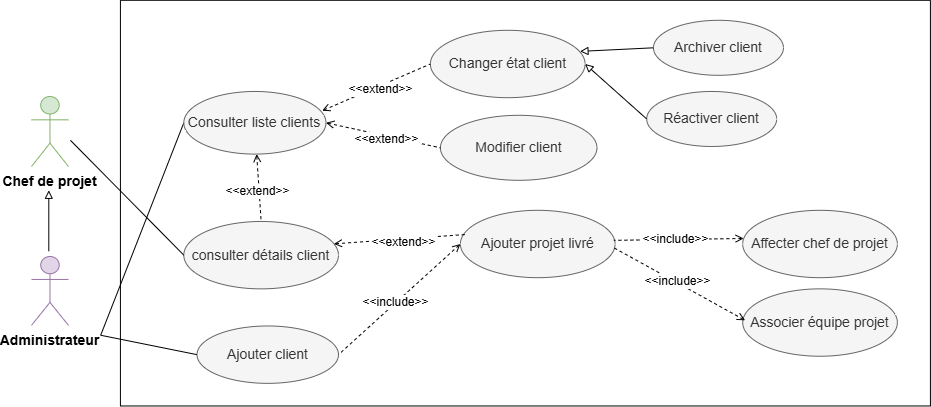
The draw.io diagram Images/gerer client.drawio.png in rihab-dev/Rapport-PFE, before a commit. Source tidied: cells renumbered, new cells last; positions are measured from the earlier drawing's top-left corner, leaving out a move shared by most shapes.
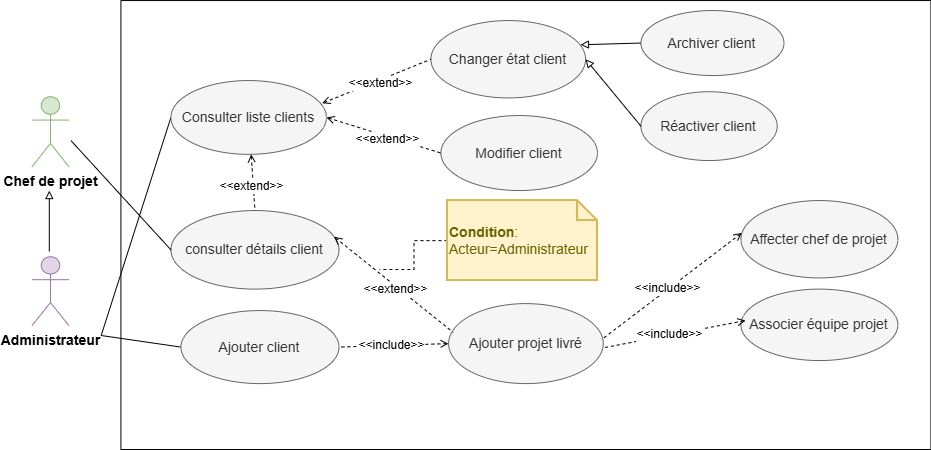
After the change.

What changed in the source:
```diff
@@ -2,129 +2,137 @@
   <root>
     <mxCell id="0" />
     <mxCell id="1" parent="0" />
-    <mxCell id="2" style="endArrow=none;html=1;rounded=0;entryX=0;entryY=0.5;entryDx=0;entryDy=0;endFill=0;" parent="1" edge="1" target="11">
-      <mxGeometry relative="1" as="geometry">
-        <mxPoint x="69.2" y="334.8" as="sourcePoint" />
-      </mxGeometry>
-    </mxCell>
-    <mxCell id="3" style="endArrow=none;html=1;rounded=0;entryX=0;entryY=0.5;entryDx=0;entryDy=0;endFill=0;" parent="1" edge="1" target="10">
-      <mxGeometry relative="1" as="geometry">
-        <mxPoint x="69.2" y="334.8" as="sourcePoint" />
-      </mxGeometry>
-    </mxCell>
+    <mxCell id="35" style="endArrow=none;html=1;rounded=0;entryX=0;entryY=0.5;entryDx=0;entryDy=0;endFill=0;" parent="1" edge="1" target="11">
+      <mxGeometry relative="1" as="geometry">
+        <mxPoint x="69.2" y="334.8" as="sourcePoint" />
+      </mxGeometry>
+    </mxCell>
+    <mxCell id="36" style="endArrow=none;html=1;rounded=0;entryX=0;entryY=0.5;entryDx=0;entryDy=0;endFill=0;" parent="1" edge="1" target="10">
+      <mxGeometry relative="1" as="geometry">
+        <mxPoint x="69.2" y="334.8" as="sourcePoint" />
+      </mxGeometry>
+    </mxCell>
     <mxCell id="4" value="&lt;b&gt;&lt;font style=&quot;font-size: 14px;&quot;&gt;Administrateur&lt;/font&gt;&lt;/b&gt;" style="shape=umlActor;verticalLabelPosition=bottom;verticalAlign=top;html=1;fillColor=#e1d5e7;strokeColor=#9673a6;" parent="1" vertex="1">
-      <mxGeometry y="256" width="36.9" height="68.8" as="geometry" />
+      <mxGeometry y="256.1" width="36.9" height="68.8" as="geometry" />
     </mxCell>
-    <mxCell id="5" style="swimlane;startSize=0;" parent="1" vertex="1">
-      <mxGeometry x="88.9" y="-0.2" width="810" height="405.7" as="geometry" />
-    </mxCell>
+    <mxCell id="37" style="swimlane;startSize=0;" parent="1" vertex="1">
+      <mxGeometry x="88.9" y="-0.1" width="810" height="448.9" as="geometry" />
+    </mxCell>
-    <mxCell id="6" value="&lt;span style=&quot;font-size: 14px;&quot;&gt;consulter détails client&lt;/span&gt;" style="ellipse;whiteSpace=wrap;html=1;fillColor=#f5f5f5;fontColor=#333333;strokeColor=#666666;" parent="5" vertex="1">
-      <mxGeometry x="63.4" y="221.2" width="154.7" height="67.4" as="geometry" />
+    <mxCell id="6" value="&lt;span style=&quot;font-size: 14px;&quot;&gt;consulter détails client&lt;/span&gt;" style="ellipse;whiteSpace=wrap;html=1;fillColor=#f5f5f5;fontColor=#333333;strokeColor=#666666;" parent="37" vertex="1">
+      <mxGeometry x="50" y="210" width="168.1" height="78.5" as="geometry" />
     </mxCell>
-    <mxCell id="7" value="&lt;span style=&quot;font-size: 14px;&quot;&gt;Changer état client&lt;/span&gt;" style="ellipse;whiteSpace=wrap;html=1;fillColor=#f5f5f5;fontColor=#333333;strokeColor=#666666;" parent="5" vertex="1">
-      <mxGeometry x="310" y="30" width="154.7" height="67.4" as="geometry" />
+    <mxCell id="7" value="&lt;span style=&quot;font-size: 14px;&quot;&gt;Changer état client&lt;/span&gt;" style="ellipse;whiteSpace=wrap;html=1;fillColor=#f5f5f5;fontColor=#333333;strokeColor=#666666;" parent="37" vertex="1">
+      <mxGeometry x="310" y="20" width="154.7" height="77.4" as="geometry" />
     </mxCell>
-    <mxCell id="8" value="&lt;span style=&quot;font-size: 14px;&quot;&gt;Archiver client&lt;/span&gt;" style="ellipse;whiteSpace=wrap;html=1;fillColor=#f5f5f5;fontColor=#333333;strokeColor=#666666;" parent="5" vertex="1">
-      <mxGeometry x="533" y="20" width="130" height="55" as="geometry" />
+    <mxCell id="8" value="&lt;span style=&quot;font-size: 14px;&quot;&gt;Archiver client&lt;/span&gt;" style="ellipse;whiteSpace=wrap;html=1;fillColor=#f5f5f5;fontColor=#333333;strokeColor=#666666;" parent="37" vertex="1">
+      <mxGeometry x="520" y="10" width="143.1" height="65" as="geometry" />
     </mxCell>
-    <mxCell id="9" style="endArrow=block;html=1;rounded=0;endFill=0;exitX=0;exitY=0.5;exitDx=0;exitDy=0;entryX=0.967;entryY=0.313;entryDx=0;entryDy=0;entryPerimeter=0;" parent="5" edge="1" source="8" target="7">
+    <mxCell id="9" style="endArrow=block;html=1;rounded=0;endFill=0;exitX=0;exitY=0.5;exitDx=0;exitDy=0;entryX=0.967;entryY=0.313;entryDx=0;entryDy=0;entryPerimeter=0;" parent="37" edge="1" source="8" target="7">
       <mxGeometry relative="1" as="geometry" />
     </mxCell>
-    <mxCell id="10" value="&lt;font style=&quot;font-size: 14px;&quot;&gt;Ajouter client&lt;/font&gt;" style="ellipse;whiteSpace=wrap;html=1;fillColor=#f5f5f5;fontColor=#333333;strokeColor=#666666;" parent="5" vertex="1">
-      <mxGeometry x="76.6" y="325.7" width="141.5" height="57.4" as="geometry" />
+    <mxCell id="10" value="&lt;font style=&quot;font-size: 14px;&quot;&gt;Ajouter client&lt;/font&gt;" style="ellipse;whiteSpace=wrap;html=1;fillColor=#f5f5f5;fontColor=#333333;strokeColor=#666666;" parent="37" vertex="1">
+      <mxGeometry x="60" y="310" width="158.1" height="73" as="geometry" />
     </mxCell>
-    <mxCell id="11" value="&lt;font style=&quot;font-size: 14px;&quot;&gt;Consulter liste clients&lt;/font&gt;" style="ellipse;whiteSpace=wrap;html=1;fillColor=#f5f5f5;fontColor=#333333;strokeColor=#666666;" parent="5" vertex="1">
-      <mxGeometry x="63.4" y="91.2" width="142.1" height="62.6" as="geometry" />
+    <mxCell id="11" value="&lt;font style=&quot;font-size: 14px;&quot;&gt;Consulter liste clients&lt;/font&gt;" style="ellipse;whiteSpace=wrap;html=1;fillColor=#f5f5f5;fontColor=#333333;strokeColor=#666666;" parent="37" vertex="1">
+      <mxGeometry x="50" y="80" width="155.5" height="73.8" as="geometry" />
     </mxCell>
-    <mxCell id="12" style="endArrow=none;dashed=1;html=1;rounded=0;startArrow=open;startFill=0;entryX=0;entryY=0.5;entryDx=0;entryDy=0;exitX=0.973;exitY=0.308;exitDx=0;exitDy=0;exitPerimeter=0;" parent="5" edge="1" source="11" target="7">
+    <mxCell id="12" style="endArrow=none;dashed=1;html=1;rounded=0;startArrow=open;startFill=0;entryX=0;entryY=0.5;entryDx=0;entryDy=0;exitX=0.973;exitY=0.308;exitDx=0;exitDy=0;exitPerimeter=0;" parent="37" edge="1" source="11" target="7">
       <mxGeometry relative="1" as="geometry" />
     </mxCell>
-    <mxCell id="13" value="&lt;font style=&quot;font-size: 12px;&quot;&gt;&amp;lt;&amp;lt;extend&amp;gt;&amp;gt;&lt;/font&gt;" style="edgeLabel;html=1;align=center;verticalAlign=middle;" parent="12" vertex="1">
-      <mxGeometry x="0.05" y="-2" relative="1" as="geometry">
-        <mxPoint y="1" as="offset" />
-      </mxGeometry>
-    </mxCell>
+    <mxCell id="38" value="&lt;font style=&quot;font-size: 12px;&quot;&gt;&amp;lt;&amp;lt;extend&amp;gt;&amp;gt;&lt;/font&gt;" style="edgeLabel;html=1;align=center;verticalAlign=middle;" parent="12" vertex="1">
+      <mxGeometry x="0.05" y="-2" relative="1" as="geometry">
+        <mxPoint y="1" as="offset" />
+      </mxGeometry>
+    </mxCell>
-    <mxCell id="14" value="&lt;span style=&quot;font-size: 14px;&quot;&gt;Ajouter projet livré&lt;/span&gt;" style="ellipse;whiteSpace=wrap;html=1;fillColor=#f5f5f5;fontColor=#333333;strokeColor=#666666;" parent="5" vertex="1">
-      <mxGeometry x="340" y="210" width="154.7" height="67.4" as="geometry" />
+    <mxCell id="14" value="&lt;span style=&quot;font-size: 14px;&quot;&gt;Ajouter projet livré&lt;/span&gt;" style="ellipse;whiteSpace=wrap;html=1;fillColor=#f5f5f5;fontColor=#333333;strokeColor=#666666;" parent="37" vertex="1">
+      <mxGeometry x="327.7" y="303.1" width="154.7" height="80" as="geometry" />
     </mxCell>
-    <mxCell id="15" style="endArrow=none;dashed=1;html=1;rounded=0;startArrow=open;startFill=0;exitX=0.97;exitY=0.332;exitDx=0;exitDy=0;exitPerimeter=0;entryX=0.03;entryY=0.36;entryDx=0;entryDy=0;entryPerimeter=0;" parent="5" edge="1" source="6" target="14">
+    <mxCell id="15" style="endArrow=none;dashed=1;html=1;rounded=0;startArrow=open;startFill=0;exitX=0.97;exitY=0.332;exitDx=0;exitDy=0;exitPerimeter=0;entryX=0.03;entryY=0.36;entryDx=0;entryDy=0;entryPerimeter=0;" parent="37" edge="1" source="6" target="14">
       <mxGeometry relative="1" as="geometry" />
     </mxCell>
-    <mxCell id="16" value="&lt;font style=&quot;font-size: 12px;&quot;&gt;&amp;lt;&amp;lt;extend&amp;gt;&amp;gt;&lt;/font&gt;" style="edgeLabel;html=1;align=center;verticalAlign=middle;" parent="15" vertex="1">
-      <mxGeometry x="0.05" y="-2" relative="1" as="geometry">
-        <mxPoint y="1" as="offset" />
-      </mxGeometry>
-    </mxCell>
+    <mxCell id="39" value="&lt;font style=&quot;font-size: 12px;&quot;&gt;&amp;lt;&amp;lt;extend&amp;gt;&amp;gt;&lt;/font&gt;" style="edgeLabel;html=1;align=center;verticalAlign=middle;" parent="15" vertex="1">
+      <mxGeometry x="0.05" y="-2" relative="1" as="geometry">
+        <mxPoint y="1" as="offset" />
+      </mxGeometry>
+    </mxCell>
-    <mxCell id="17" style="endArrow=none;dashed=1;html=1;rounded=0;startArrow=open;startFill=0;entryX=0.5;entryY=0;entryDx=0;entryDy=0;" parent="5" edge="1" source="11" target="6">
+    <mxCell id="17" style="endArrow=none;dashed=1;html=1;rounded=0;startArrow=open;startFill=0;entryX=0.5;entryY=0;entryDx=0;entryDy=0;" parent="37" edge="1" source="11" target="6">
       <mxGeometry relative="1" as="geometry" />
     </mxCell>
-    <mxCell id="18" value="&lt;font style=&quot;font-size: 12px;&quot;&gt;&amp;lt;&amp;lt;extend&amp;gt;&amp;gt;&lt;/font&gt;" style="edgeLabel;html=1;align=center;verticalAlign=middle;" parent="17" vertex="1">
-      <mxGeometry x="0.05" y="-2" relative="1" as="geometry">
-        <mxPoint y="1" as="offset" />
-      </mxGeometry>
-    </mxCell>
+    <mxCell id="40" value="&lt;font style=&quot;font-size: 12px;&quot;&gt;&amp;lt;&amp;lt;extend&amp;gt;&amp;gt;&lt;/font&gt;" style="edgeLabel;html=1;align=center;verticalAlign=middle;" parent="17" vertex="1">
+      <mxGeometry x="0.05" y="-2" relative="1" as="geometry">
+        <mxPoint y="1" as="offset" />
+      </mxGeometry>
+    </mxCell>
-    <mxCell id="19" value="&lt;span style=&quot;font-size: 14px;&quot;&gt;Réactiver client&lt;/span&gt;" style="ellipse;whiteSpace=wrap;html=1;fillColor=#f5f5f5;fontColor=#333333;strokeColor=#666666;" parent="5" vertex="1">
-      <mxGeometry x="526.3" y="91.2" width="130" height="55" as="geometry" />
+    <mxCell id="19" value="&lt;span style=&quot;font-size: 14px;&quot;&gt;Réactiver client&lt;/span&gt;" style="ellipse;whiteSpace=wrap;html=1;fillColor=#f5f5f5;fontColor=#333333;strokeColor=#666666;" parent="37" vertex="1">
+      <mxGeometry x="520" y="91.2" width="136.3" height="68.8" as="geometry" />
     </mxCell>
-    <mxCell id="20" style="endArrow=block;html=1;rounded=0;entryX=1;entryY=0.5;entryDx=0;entryDy=0;endFill=0;exitX=0;exitY=0.5;exitDx=0;exitDy=0;" parent="5" edge="1" source="19" target="7">
+    <mxCell id="20" style="endArrow=block;html=1;rounded=0;entryX=1;entryY=0.5;entryDx=0;entryDy=0;endFill=0;exitX=0;exitY=0.5;exitDx=0;exitDy=0;" parent="37" edge="1" source="19" target="7">
       <mxGeometry relative="1" as="geometry" />
     </mxCell>
-    <mxCell id="21" style="endArrow=none;dashed=1;html=1;rounded=0;startArrow=open;startFill=0;entryX=1;entryY=0.5;entryDx=0;entryDy=0;exitX=0;exitY=0.5;exitDx=0;exitDy=0;" parent="5" edge="1" source="14" target="10">
+    <mxCell id="21" style="endArrow=none;dashed=1;html=1;rounded=0;startArrow=open;startFill=0;entryX=1;entryY=0.5;entryDx=0;entryDy=0;exitX=0;exitY=0.5;exitDx=0;exitDy=0;" parent="37" edge="1" source="14" target="10">
       <mxGeometry relative="1" as="geometry" />
     </mxCell>
-    <mxCell id="22" value="&lt;font style=&quot;font-size: 12px;&quot;&gt;&amp;lt;&amp;lt;include&amp;gt;&amp;gt;&lt;/font&gt;" style="edgeLabel;html=1;align=center;verticalAlign=middle;" parent="21" vertex="1">
-      <mxGeometry x="0.05" y="-2" relative="1" as="geometry">
-        <mxPoint y="1" as="offset" />
-      </mxGeometry>
-    </mxCell>
+    <mxCell id="41" value="&lt;font style=&quot;font-size: 12px;&quot;&gt;&amp;lt;&amp;lt;include&amp;gt;&amp;gt;&lt;/font&gt;" style="edgeLabel;html=1;align=center;verticalAlign=middle;" parent="21" vertex="1">
+      <mxGeometry x="0.05" y="-2" relative="1" as="geometry">
+        <mxPoint y="1" as="offset" />
+      </mxGeometry>
+    </mxCell>
-    <mxCell id="23" value="&lt;span style=&quot;font-size: 14px;&quot;&gt;Affecter chef de projet&lt;/span&gt;" style="ellipse;whiteSpace=wrap;html=1;fillColor=#f5f5f5;fontColor=#333333;strokeColor=#666666;" parent="5" vertex="1">
-      <mxGeometry x="622.3" y="210" width="154.7" height="67.4" as="geometry" />
+    <mxCell id="23" value="&lt;span style=&quot;font-size: 14px;&quot;&gt;Affecter chef de projet&lt;/span&gt;" style="ellipse;whiteSpace=wrap;html=1;fillColor=#f5f5f5;fontColor=#333333;strokeColor=#666666;" parent="37" vertex="1">
+      <mxGeometry x="620" y="200" width="156.9" height="77.4" as="geometry" />
     </mxCell>
-    <mxCell id="24" value="&lt;span style=&quot;font-size: 14px;&quot;&gt;Associer équipe projet&lt;/span&gt;" style="ellipse;whiteSpace=wrap;html=1;fillColor=#f5f5f5;fontColor=#333333;strokeColor=#666666;" parent="5" vertex="1">
-      <mxGeometry x="622.3" y="288.6" width="154.7" height="67.4" as="geometry" />
+    <mxCell id="24" value="&lt;span style=&quot;font-size: 14px;&quot;&gt;Associer équipe projet&lt;/span&gt;" style="ellipse;whiteSpace=wrap;html=1;fillColor=#f5f5f5;fontColor=#333333;strokeColor=#666666;" parent="37" vertex="1">
+      <mxGeometry x="620" y="288.6" width="156.9" height="71.5" as="geometry" />
     </mxCell>
-    <mxCell id="25" style="endArrow=none;dashed=1;html=1;rounded=0;startArrow=open;startFill=0;exitX=0.006;exitY=0.418;exitDx=0;exitDy=0;exitPerimeter=0;entryX=0.992;entryY=0.446;entryDx=0;entryDy=0;entryPerimeter=0;" parent="5" edge="1" source="23" target="14">
+    <mxCell id="25" style="endArrow=none;dashed=1;html=1;rounded=0;startArrow=open;startFill=0;exitX=0.006;exitY=0.418;exitDx=0;exitDy=0;exitPerimeter=0;entryX=0.992;entryY=0.446;entryDx=0;entryDy=0;entryPerimeter=0;" parent="37" edge="1" source="23" target="14">
       <mxGeometry relative="1" as="geometry" />
     </mxCell>
-    <mxCell id="26" value="&lt;font style=&quot;font-size: 12px;&quot;&gt;&amp;lt;&amp;lt;include&amp;gt;&amp;gt;&lt;/font&gt;" style="edgeLabel;html=1;align=center;verticalAlign=middle;" parent="25" vertex="1">
-      <mxGeometry x="0.05" y="-2" relative="1" as="geometry">
-        <mxPoint y="1" as="offset" />
-      </mxGeometry>
-    </mxCell>
+    <mxCell id="42" value="&lt;font style=&quot;font-size: 12px;&quot;&gt;&amp;lt;&amp;lt;include&amp;gt;&amp;gt;&lt;/font&gt;" style="edgeLabel;html=1;align=center;verticalAlign=middle;" parent="25" vertex="1">
+      <mxGeometry x="0.05" y="-2" relative="1" as="geometry">
+        <mxPoint y="1" as="offset" />
+      </mxGeometry>
+    </mxCell>
-    <mxCell id="27" value="&lt;font style=&quot;font-size: 14px;&quot;&gt;Modifier client&lt;/font&gt;" style="ellipse;whiteSpace=wrap;html=1;fillColor=#f5f5f5;fontColor=#333333;strokeColor=#666666;" parent="5" vertex="1">
-      <mxGeometry x="320" y="115" width="156.6" height="65" as="geometry" />
+    <mxCell id="27" value="&lt;font style=&quot;font-size: 14px;&quot;&gt;Modifier client&lt;/font&gt;" style="ellipse;whiteSpace=wrap;html=1;fillColor=#f5f5f5;fontColor=#333333;strokeColor=#666666;" parent="37" vertex="1">
+      <mxGeometry x="320" y="115" width="156.6" height="75" as="geometry" />
     </mxCell>
-    <mxCell id="28" style="endArrow=none;dashed=1;html=1;rounded=0;startArrow=open;startFill=0;entryX=0;entryY=0.5;entryDx=0;entryDy=0;exitX=1;exitY=0.5;exitDx=0;exitDy=0;" parent="5" edge="1" source="11" target="27">
+    <mxCell id="28" style="endArrow=none;dashed=1;html=1;rounded=0;startArrow=open;startFill=0;entryX=0;entryY=0.5;entryDx=0;entryDy=0;exitX=1;exitY=0.5;exitDx=0;exitDy=0;" parent="37" edge="1" source="11" target="27">
       <mxGeometry relative="1" as="geometry" />
     </mxCell>
-    <mxCell id="29" value="&lt;font style=&quot;font-size: 12px;&quot;&gt;&amp;lt;&amp;lt;extend&amp;gt;&amp;gt;&lt;/font&gt;" style="edgeLabel;html=1;align=center;verticalAlign=middle;" parent="28" vertex="1">
-      <mxGeometry x="0.05" y="-2" relative="1" as="geometry">
-        <mxPoint y="1" as="offset" />
-      </mxGeometry>
-    </mxCell>
-    <mxCell id="30" style="endArrow=none;dashed=1;html=1;rounded=0;startArrow=open;startFill=0;exitX=0.006;exitY=0.418;exitDx=0;exitDy=0;exitPerimeter=0;entryX=0.992;entryY=0.556;entryDx=0;entryDy=0;entryPerimeter=0;" parent="5" edge="1" target="14">
-      <mxGeometry relative="1" as="geometry">
-        <mxPoint x="624.7" y="320" as="sourcePoint" />
-      </mxGeometry>
-    </mxCell>
-    <mxCell id="31" value="&lt;font style=&quot;font-size: 12px;&quot;&gt;&amp;lt;&amp;lt;include&amp;gt;&amp;gt;&lt;/font&gt;" style="edgeLabel;html=1;align=center;verticalAlign=middle;" parent="30" vertex="1">
-      <mxGeometry x="0.05" y="-2" relative="1" as="geometry">
-        <mxPoint y="1" as="offset" />
-      </mxGeometry>
-    </mxCell>
+    <mxCell id="43" value="&lt;font style=&quot;font-size: 12px;&quot;&gt;&amp;lt;&amp;lt;extend&amp;gt;&amp;gt;&lt;/font&gt;" style="edgeLabel;html=1;align=center;verticalAlign=middle;" parent="28" vertex="1">
+      <mxGeometry x="0.05" y="-2" relative="1" as="geometry">
+        <mxPoint y="1" as="offset" />
+      </mxGeometry>
+    </mxCell>
+    <mxCell id="44" style="endArrow=none;dashed=1;html=1;rounded=0;startArrow=open;startFill=0;exitX=0.006;exitY=0.418;exitDx=0;exitDy=0;exitPerimeter=0;entryX=0.992;entryY=0.556;entryDx=0;entryDy=0;entryPerimeter=0;" parent="37" edge="1" target="14">
+      <mxGeometry relative="1" as="geometry">
+        <mxPoint x="624.7" y="320" as="sourcePoint" />
+      </mxGeometry>
+    </mxCell>
+    <mxCell id="45" value="&lt;font style=&quot;font-size: 12px;&quot;&gt;&amp;lt;&amp;lt;include&amp;gt;&amp;gt;&lt;/font&gt;" style="edgeLabel;html=1;align=center;verticalAlign=middle;" parent="44" vertex="1">
+      <mxGeometry x="0.05" y="-2" relative="1" as="geometry">
+        <mxPoint y="1" as="offset" />
+      </mxGeometry>
+    </mxCell>
+    <mxCell id="46" style="edgeStyle=orthogonalEdgeStyle;rounded=0;jettySize=auto;html=1;endArrow=none;endFill=0;dashed=1;" parent="37" edge="1" source="47">
+      <mxGeometry relative="1" as="geometry">
+        <mxPoint x="258.6" y="268.9" as="targetPoint" />
+      </mxGeometry>
+    </mxCell>
+    <mxCell id="47" value="&lt;b&gt;Condition&lt;/b&gt;: Acteur=Administrateur" style="shape=note;strokeWidth=2;fontSize=14;size=20;whiteSpace=wrap;html=1;fillColor=#fff2cc;strokeColor=#d6b656;fontColor=#666600;align=left;" parent="37" vertex="1">
+      <mxGeometry x="326.6" y="200" width="150" height="80" as="geometry" />
+    </mxCell>
     <mxCell id="32" value="&lt;b&gt;&lt;font style=&quot;font-size: 14px;&quot;&gt;Chef de projet&lt;/font&gt;&lt;/b&gt;" style="shape=umlActor;verticalLabelPosition=bottom;verticalAlign=top;html=1;fillColor=#d5e8d4;strokeColor=#82b366;" parent="1" vertex="1">
-      <mxGeometry y="96" width="36.9" height="70" as="geometry" />
+      <mxGeometry y="96.1" width="36.9" height="70" as="geometry" />
     </mxCell>
-    <mxCell id="33" style="endArrow=block;html=1;rounded=0;endFill=0;exitX=0;exitY=0.5;exitDx=0;exitDy=0;" parent="1" edge="1">
-      <mxGeometry relative="1" as="geometry">
-        <mxPoint x="17.3" y="250.8" as="sourcePoint" />
-        <mxPoint x="17.3" y="189.8" as="targetPoint" />
-      </mxGeometry>
-    </mxCell>
-    <mxCell id="34" style="endArrow=none;html=1;rounded=0;entryX=0;entryY=0.5;entryDx=0;entryDy=0;endFill=0;" parent="1" edge="1" target="6">
-      <mxGeometry relative="1" as="geometry">
-        <mxPoint x="38.9" y="139.8" as="sourcePoint" />
-      </mxGeometry>
-    </mxCell>
+    <mxCell id="48" style="endArrow=block;html=1;rounded=0;endFill=0;exitX=0;exitY=0.5;exitDx=0;exitDy=0;" parent="1" edge="1">
+      <mxGeometry relative="1" as="geometry">
+        <mxPoint x="17.3" y="250.9" as="sourcePoint" />
+        <mxPoint x="17.3" y="189.9" as="targetPoint" />
+      </mxGeometry>
+    </mxCell>
+    <mxCell id="49" style="endArrow=none;html=1;rounded=0;entryX=0;entryY=0.5;entryDx=0;entryDy=0;endFill=0;" parent="1" edge="1" target="6">
+      <mxGeometry relative="1" as="geometry">
+        <mxPoint x="38.9" y="139.9" as="sourcePoint" />
+      </mxGeometry>
+    </mxCell>
   </root>
 </mxGraphModel>
```
